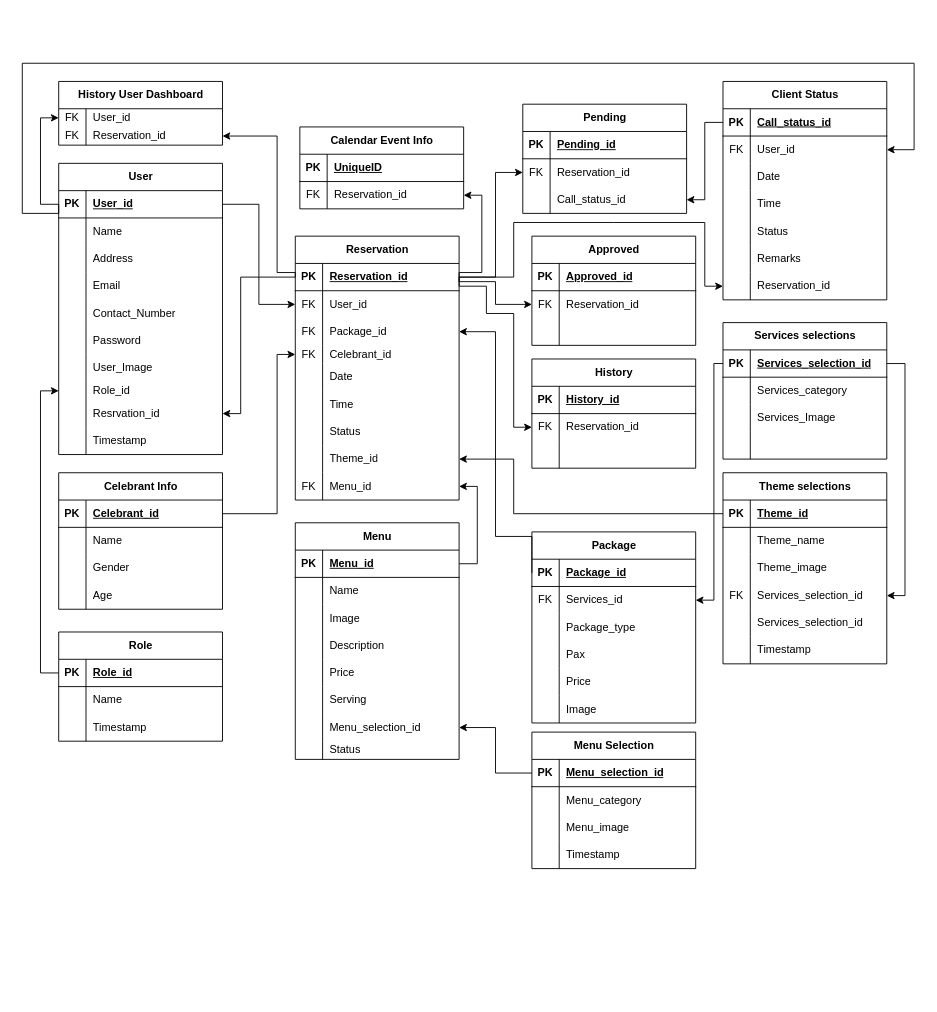
Earlier version of the draw.io diagram Untitled Diagram.drawio (jcedriciglesias/Mihanz-Catering-Redo). Source tidied: cells renumbered, new cells numbered last; positions are measured from the earlier drawing's top-left corner, leaving out a move shared by most shapes. Both pictures are drawn from the tidied source at 91%, with x=0, y=0 at pixel (22, 63).
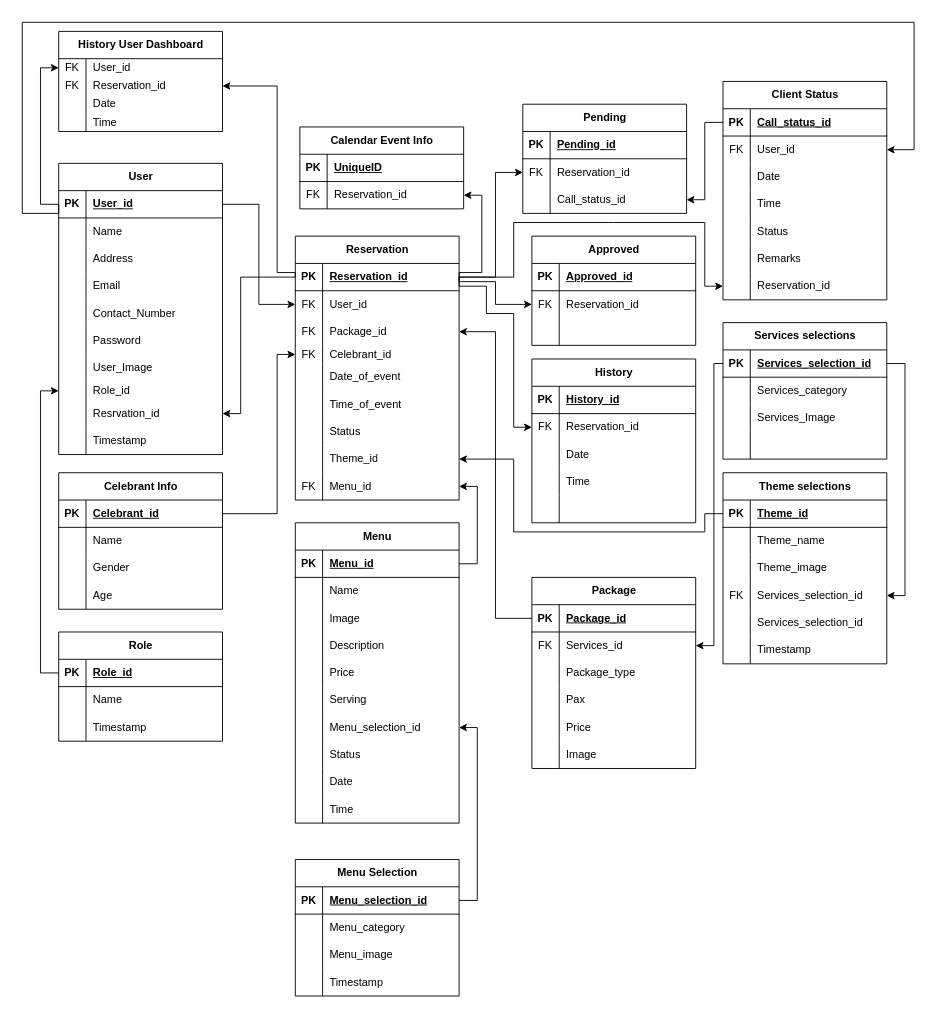
Above is the later version.

Unchanged cells that the change refers to:
```xml
<mxCell id="3" style="shape=tableRow;horizontal=0;startSize=0;swimlaneHead=0;swimlaneBody=0;fillColor=none;points=[[0,0.5],[1,0.5]];portConstraint=eastwest;top=0;left=0;right=0;bottom=1;" parent="2" vertex="1">
  <mxGeometry y="30" width="180" height="30" as="geometry" />
</mxCell>
<mxCell id="34" style="shape=tableRow;horizontal=0;startSize=0;swimlaneHead=0;swimlaneBody=0;fillColor=none;points=[[0,0.5],[1,0.5]];portConstraint=eastwest;top=0;left=0;right=0;bottom=1;" parent="33" vertex="1">
  <mxGeometry y="30" width="180" height="30" as="geometry" />
</mxCell>
<mxCell id="40" style="shape=tableRow;horizontal=0;startSize=0;swimlaneHead=0;swimlaneBody=0;fillColor=none;points=[[0,0.5],[1,0.5]];portConstraint=eastwest;top=0;left=0;right=0;bottom=0;" parent="33" vertex="1">
  <mxGeometry y="90" width="180" height="30" as="geometry" />
</mxCell>
<mxCell id="46" style="shape=tableRow;horizontal=0;startSize=0;swimlaneHead=0;swimlaneBody=0;fillColor=none;top=0;left=0;right=0;bottom=0;" parent="33" vertex="1">
  <mxGeometry y="140" width="180" height="30" as="geometry" />
</mxCell>
<mxCell id="49" style="shape=tableRow;horizontal=0;startSize=0;swimlaneHead=0;swimlaneBody=0;fillColor=none;top=0;left=0;right=0;bottom=0;" parent="33" vertex="1">
  <mxGeometry y="170" width="180" height="30" as="geometry" />
</mxCell>
<mxCell id="55" style="shape=tableRow;horizontal=0;startSize=0;swimlaneHead=0;swimlaneBody=0;fillColor=none;points=[[0,0.5],[1,0.5]];portConstraint=eastwest;top=0;left=0;right=0;bottom=0;" parent="33" vertex="1">
  <mxGeometry y="230" width="180" height="30" as="geometry" />
</mxCell>
<mxCell id="66" style="shape=tableRow;horizontal=0;startSize=0;swimlaneHead=0;swimlaneBody=0;fillColor=none;points=[[0,0.5],[1,0.5]];portConstraint=eastwest;top=0;left=0;right=0;bottom=0;" parent="62" vertex="1">
  <mxGeometry y="50" width="180" height="20" as="geometry" />
</mxCell>
<mxCell id="90" style="shape=tableRow;horizontal=0;startSize=0;swimlaneHead=0;swimlaneBody=0;fillColor=none;points=[[0,0.5],[1,0.5]];portConstraint=eastwest;top=0;left=0;right=0;bottom=0;" parent="71" vertex="1">
  <mxGeometry y="210" width="180" height="30" as="geometry" />
</mxCell>
<mxCell id="101" style="shape=tableRow;horizontal=0;startSize=0;swimlaneHead=0;swimlaneBody=0;fillColor=none;points=[[0,0.5],[1,0.5]];portConstraint=eastwest;top=0;left=0;right=0;bottom=0;" parent="97" vertex="1">
  <mxGeometry y="60" width="180" height="30" as="geometry" />
</mxCell>
<mxCell id="121" style="shape=tableRow;horizontal=0;startSize=0;swimlaneHead=0;swimlaneBody=0;fillColor=none;points=[[0,0.5],[1,0.5]];portConstraint=eastwest;top=0;left=0;right=0;bottom=1;" parent="120" vertex="1">
  <mxGeometry y="30" width="180" height="30" as="geometry" />
</mxCell>
<mxCell id="124" style="shape=tableRow;horizontal=0;startSize=0;swimlaneHead=0;swimlaneBody=0;fillColor=none;points=[[0,0.5],[1,0.5]];portConstraint=eastwest;top=0;left=0;right=0;bottom=0;" parent="120" vertex="1">
  <mxGeometry y="60" width="180" height="30" as="geometry" />
</mxCell>
<mxCell id="140" style="shape=tableRow;horizontal=0;startSize=0;swimlaneHead=0;swimlaneBody=0;fillColor=none;points=[[0,0.5],[1,0.5]];portConstraint=eastwest;top=0;left=0;right=0;bottom=1;" parent="139" vertex="1">
  <mxGeometry y="30" width="180" height="30" as="geometry" />
</mxCell>
<mxCell id="153" style="shape=tableRow;horizontal=0;startSize=0;swimlaneHead=0;swimlaneBody=0;fillColor=none;points=[[0,0.5],[1,0.5]];portConstraint=eastwest;top=0;left=0;right=0;bottom=1;" parent="152" vertex="1">
  <mxGeometry y="30" width="180" height="30" as="geometry" />
</mxCell>
<mxCell id="188" style="shape=tableRow;horizontal=0;startSize=0;swimlaneHead=0;swimlaneBody=0;fillColor=none;top=0;left=0;right=0;bottom=0;" parent="181" vertex="1">
  <mxGeometry y="90" width="180" height="30" as="geometry" />
</mxCell>
<mxCell id="239" style="shape=tableRow;horizontal=0;startSize=0;swimlaneHead=0;swimlaneBody=0;fillColor=none;points=[[0,0.5],[1,0.5]];portConstraint=eastwest;top=0;left=0;right=0;bottom=1;" parent="238" vertex="1">
  <mxGeometry y="30" width="180" height="30" as="geometry" />
</mxCell>
```

Diff of the diagram source:
```diff
@@
-    <mxCell id="48" value="Date" style="shape=partialRectangle;fillColor=none;top=0;left=0;bottom=0;right=0;align=left;spacingLeft=6;overflow=hidden;whiteSpace=wrap;html=1;" parent="46" vertex="1">
+    <mxCell id="48" value="Date_of_event" style="shape=partialRectangle;fillColor=none;top=0;left=0;bottom=0;right=0;align=left;spacingLeft=6;overflow=hidden;whiteSpace=wrap;html=1;" parent="46" vertex="1">
       <mxGeometry x="30" width="150" height="30" as="geometry" />
     </mxCell>
@@
-    <mxCell id="51" value="Time" style="shape=partialRectangle;fillColor=none;top=0;left=0;bottom=0;right=0;align=left;spacingLeft=6;overflow=hidden;whiteSpace=wrap;html=1;" parent="49" vertex="1">
+    <mxCell id="51" value="Time_of_event" style="shape=partialRectangle;fillColor=none;top=0;left=0;bottom=0;right=0;align=left;spacingLeft=6;overflow=hidden;whiteSpace=wrap;html=1;" parent="49" vertex="1">
       <mxGeometry x="30" width="150" height="30" as="geometry" />
     </mxCell>
@@
     <mxCell id="62" value="History User Dashboard" style="shape=table;startSize=30;childLayout=tableLayout;rowLines=0;fontStyle=1;align=center;html=1;" parent="1" vertex="1">
-      <mxGeometry x="40" y="20" width="180" height="70" as="geometry" />
+      <mxGeometry x="40" y="-35" width="180" height="110" as="geometry" />
     </mxCell>
@@
+    <mxCell id="258" style="shape=tableRow;horizontal=0;startSize=0;swimlaneHead=0;swimlaneBody=0;fillColor=none;top=0;left=0;right=0;bottom=0;" parent="62" vertex="1">
+      <mxGeometry y="70" width="180" height="20" as="geometry" />
+    </mxCell>
+    <mxCell id="259" style="shape=partialRectangle;fillColor=none;top=0;left=0;bottom=0;right=0;overflow=hidden;whiteSpace=wrap;html=1;" parent="258" vertex="1">
+      <mxGeometry width="30" height="20" as="geometry" />
+    </mxCell>
+    <mxCell id="260" value="Date" style="shape=partialRectangle;fillColor=none;top=0;left=0;bottom=0;right=0;align=left;spacingLeft=6;overflow=hidden;whiteSpace=wrap;html=1;" parent="258" vertex="1">
+      <mxGeometry x="30" width="150" height="20" as="geometry" />
+    </mxCell>
+    <mxCell id="261" style="shape=tableRow;horizontal=0;startSize=0;swimlaneHead=0;swimlaneBody=0;fillColor=none;top=0;left=0;right=0;bottom=0;" parent="62" vertex="1">
+      <mxGeometry y="90" width="180" height="20" as="geometry" />
+    </mxCell>
+    <mxCell id="262" style="shape=partialRectangle;fillColor=none;top=0;left=0;bottom=0;right=0;overflow=hidden;whiteSpace=wrap;html=1;" parent="261" vertex="1">
+      <mxGeometry width="30" height="20" as="geometry" />
+    </mxCell>
+    <mxCell id="263" value="Time" style="shape=partialRectangle;fillColor=none;top=0;left=0;bottom=0;right=0;align=left;spacingLeft=6;overflow=hidden;whiteSpace=wrap;html=1;" parent="261" vertex="1">
+      <mxGeometry x="30" width="150" height="20" as="geometry" />
+    </mxCell>
@@
     <mxCell id="70" style="edgeStyle=orthogonalEdgeStyle;rounded=0;jettySize=auto;html=1;exitX=0;exitY=0.5;exitDx=0;exitDy=0;entryX=1;entryY=0.5;entryDx=0;entryDy=0;" parent="1" edge="1" source="34" target="66">
       <mxGeometry relative="1" as="geometry">
         <Array as="points">
           <mxPoint x="300" y="230" />
           <mxPoint x="280" y="230" />
-          <mxPoint x="280" y="80" />
+          <mxPoint x="280" y="25" />
         </Array>
       </mxGeometry>
     </mxCell>
     <mxCell id="71" value="Menu" style="shape=table;startSize=30;childLayout=tableLayout;rowLines=0;fontStyle=1;align=center;html=1;" parent="1" vertex="1">
-      <mxGeometry x="300" y="505" width="180" height="260" as="geometry" />
+      <mxGeometry x="300" y="505" width="180" height="330" as="geometry" />
     </mxCell>
@@
     <mxCell id="93" style="shape=tableRow;horizontal=0;startSize=0;swimlaneHead=0;swimlaneBody=0;fillColor=none;top=0;left=0;right=0;bottom=0;" parent="71" vertex="1">
-      <mxGeometry y="240" width="180" height="20" as="geometry" />
+      <mxGeometry y="240" width="180" height="30" as="geometry" />
     </mxCell>
     <mxCell id="94" style="shape=partialRectangle;fillColor=none;top=0;left=0;bottom=0;right=0;overflow=hidden;whiteSpace=wrap;html=1;" parent="93" vertex="1">
-      <mxGeometry width="30" height="20" as="geometry" />
+      <mxGeometry width="30" height="30" as="geometry" />
     </mxCell>
     <mxCell id="95" value="Status" style="shape=partialRectangle;fillColor=none;top=0;left=0;bottom=0;right=0;align=left;spacingLeft=6;overflow=hidden;whiteSpace=wrap;html=1;" parent="93" vertex="1">
-      <mxGeometry x="30" width="150" height="20" as="geometry" />
+      <mxGeometry x="30" width="150" height="30" as="geometry" />
     </mxCell>
+    <mxCell id="264" style="shape=tableRow;horizontal=0;startSize=0;swimlaneHead=0;swimlaneBody=0;fillColor=none;top=0;left=0;right=0;bottom=0;" parent="71" vertex="1">
+      <mxGeometry y="270" width="180" height="30" as="geometry" />
+    </mxCell>
+    <mxCell id="265" style="shape=partialRectangle;fillColor=none;top=0;left=0;bottom=0;right=0;overflow=hidden;whiteSpace=wrap;html=1;" parent="264" vertex="1">
+      <mxGeometry width="30" height="30" as="geometry" />
+    </mxCell>
+    <mxCell id="266" value="Date" style="shape=partialRectangle;fillColor=none;top=0;left=0;bottom=0;right=0;align=left;spacingLeft=6;overflow=hidden;whiteSpace=wrap;html=1;" parent="264" vertex="1">
+      <mxGeometry x="30" width="150" height="30" as="geometry" />
+    </mxCell>
+    <mxCell id="267" style="shape=tableRow;horizontal=0;startSize=0;swimlaneHead=0;swimlaneBody=0;fillColor=none;top=0;left=0;right=0;bottom=0;" parent="71" vertex="1">
+      <mxGeometry y="300" width="180" height="30" as="geometry" />
+    </mxCell>
+    <mxCell id="268" style="shape=partialRectangle;fillColor=none;top=0;left=0;bottom=0;right=0;overflow=hidden;whiteSpace=wrap;html=1;" parent="267" vertex="1">
+      <mxGeometry width="30" height="30" as="geometry" />
+    </mxCell>
+    <mxCell id="269" value="Time" style="shape=partialRectangle;fillColor=none;top=0;left=0;bottom=0;right=0;align=left;spacingLeft=6;overflow=hidden;whiteSpace=wrap;html=1;" parent="267" vertex="1">
+      <mxGeometry x="30" width="150" height="30" as="geometry" />
+    </mxCell>
@@
     <mxCell id="119" style="edgeStyle=orthogonalEdgeStyle;rounded=0;jettySize=auto;html=1;exitX=0;exitY=0.5;exitDx=0;exitDy=0;entryX=1;entryY=0.5;entryDx=0;entryDy=0;" parent="1" edge="1" source="3" target="101">
       <mxGeometry relative="1" as="geometry">
         <Array as="points">
           <mxPoint x="40" y="165" />
           <mxPoint y="165" />
-          <mxPoint />
-          <mxPoint x="980" />
+          <mxPoint y="-45" />
+          <mxPoint x="980" y="-45" />
           <mxPoint x="980" y="95" />
         </Array>
       </mxGeometry>
     </mxCell>
     <mxCell id="120" value="Package" style="shape=table;startSize=30;childLayout=tableLayout;rowLines=0;fontStyle=1;align=center;html=1;" parent="1" vertex="1">
-      <mxGeometry x="560" y="515" width="180" height="210" as="geometry" />
+      <mxGeometry x="560" y="565" width="180" height="210" as="geometry" />
     </mxCell>
@@
     <mxCell id="181" value="History" style="shape=table;startSize=30;childLayout=tableLayout;rowLines=0;fontStyle=1;align=center;html=1;" parent="1" vertex="1">
-      <mxGeometry x="560" y="325" width="180" height="120" as="geometry" />
+      <mxGeometry x="560" y="325" width="180" height="180" as="geometry" />
     </mxCell>
@@
-    <mxCell id="190" style="shape=partialRectangle;fillColor=none;top=0;left=0;bottom=0;right=0;align=left;spacingLeft=6;overflow=hidden;whiteSpace=wrap;html=1;" parent="188" vertex="1">
+    <mxCell id="190" value="Date" style="shape=partialRectangle;fillColor=none;top=0;left=0;bottom=0;right=0;align=left;spacingLeft=6;overflow=hidden;whiteSpace=wrap;html=1;" parent="188" vertex="1">
       <mxGeometry x="30" width="150" height="30" as="geometry" />
     </mxCell>
+    <mxCell id="270" style="shape=tableRow;horizontal=0;startSize=0;swimlaneHead=0;swimlaneBody=0;fillColor=none;top=0;left=0;right=0;bottom=0;" parent="181" vertex="1">
+      <mxGeometry y="120" width="180" height="30" as="geometry" />
+    </mxCell>
+    <mxCell id="271" style="shape=partialRectangle;fillColor=none;top=0;left=0;bottom=0;right=0;overflow=hidden;whiteSpace=wrap;html=1;" parent="270" vertex="1">
+      <mxGeometry width="30" height="30" as="geometry" />
+    </mxCell>
+    <mxCell id="272" value="Time" style="shape=partialRectangle;fillColor=none;top=0;left=0;bottom=0;right=0;align=left;spacingLeft=6;overflow=hidden;whiteSpace=wrap;html=1;" parent="270" vertex="1">
+      <mxGeometry x="30" width="150" height="30" as="geometry" />
+    </mxCell>
+    <mxCell id="273" style="shape=tableRow;horizontal=0;startSize=0;swimlaneHead=0;swimlaneBody=0;fillColor=none;top=0;left=0;right=0;bottom=0;" parent="181" vertex="1">
+      <mxGeometry y="150" width="180" height="30" as="geometry" />
+    </mxCell>
+    <mxCell id="274" style="shape=partialRectangle;fillColor=none;top=0;left=0;bottom=0;right=0;overflow=hidden;whiteSpace=wrap;html=1;" parent="273" vertex="1">
+      <mxGeometry width="30" height="30" as="geometry" />
+    </mxCell>
+    <mxCell id="275" style="shape=partialRectangle;fillColor=none;top=0;left=0;bottom=0;right=0;align=left;spacingLeft=6;overflow=hidden;whiteSpace=wrap;html=1;" parent="273" vertex="1">
+      <mxGeometry x="30" width="150" height="30" as="geometry" />
+    </mxCell>
@@
     <mxCell id="238" value="Menu Selection" style="shape=table;startSize=30;childLayout=tableLayout;rowLines=0;fontStyle=1;align=center;html=1;" parent="1" vertex="1">
-      <mxGeometry x="560" y="735" width="180" height="150" as="geometry" />
+      <mxGeometry x="300" y="875" width="180" height="150" as="geometry" />
     </mxCell>
@@
     <mxCell id="251" style="edgeStyle=orthogonalEdgeStyle;rounded=0;jettySize=auto;html=1;exitX=0;exitY=0.5;exitDx=0;exitDy=0;entryX=1;entryY=0.5;entryDx=0;entryDy=0;" parent="1" edge="1" source="121" target="40">
       <mxGeometry relative="1" as="geometry">
         <Array as="points">
-          <mxPoint x="520" y="520" />
+          <mxPoint x="520" y="610" />
           <mxPoint x="520" y="295" />
         </Array>
       </mxGeometry>
     </mxCell>
     <mxCell id="252" style="edgeStyle=orthogonalEdgeStyle;rounded=0;jettySize=auto;html=1;exitX=0;exitY=0.5;exitDx=0;exitDy=0;entryX=1;entryY=0.5;entryDx=0;entryDy=0;" parent="1" edge="1" source="140" target="124">
       <mxGeometry relative="1" as="geometry">
         <Array as="points">
           <mxPoint x="760" y="330" />
-          <mxPoint x="760" y="590" />
+          <mxPoint x="760" y="640" />
         </Array>
       </mxGeometry>
     </mxCell>
@@
-    <mxCell id="254" style="edgeStyle=orthogonalEdgeStyle;rounded=0;jettySize=auto;html=1;exitX=0;exitY=0.5;exitDx=0;exitDy=0;entryX=1;entryY=0.5;entryDx=0;entryDy=0;" parent="1" edge="1" source="239" target="90">
-      <mxGeometry relative="1" as="geometry">
-        <Array as="points">
-          <mxPoint x="520" y="780" />
-          <mxPoint x="520" y="730" />
-        </Array>
-      </mxGeometry>
-    </mxCell>
@@
     <mxCell id="256" style="edgeStyle=orthogonalEdgeStyle;rounded=0;jettySize=auto;html=1;exitX=0;exitY=0.5;exitDx=0;exitDy=0;entryX=1;entryY=0.5;entryDx=0;entryDy=0;" parent="1" edge="1" source="153" target="55">
       <mxGeometry relative="1" as="geometry">
         <Array as="points">
-          <mxPoint x="540" y="495" />
+          <mxPoint x="750" y="495" />
+          <mxPoint x="750" y="515" />
+          <mxPoint x="540" y="515" />
           <mxPoint x="540" y="435" />
         </Array>
       </mxGeometry>
     </mxCell>
@@
+    <mxCell id="254" style="edgeStyle=orthogonalEdgeStyle;rounded=0;jettySize=auto;html=1;exitX=1;exitY=0.5;exitDx=0;exitDy=0;entryX=1;entryY=0.5;entryDx=0;entryDy=0;" parent="1" edge="1" source="239" target="90">
+      <mxGeometry relative="1" as="geometry" />
+    </mxCell>
```
